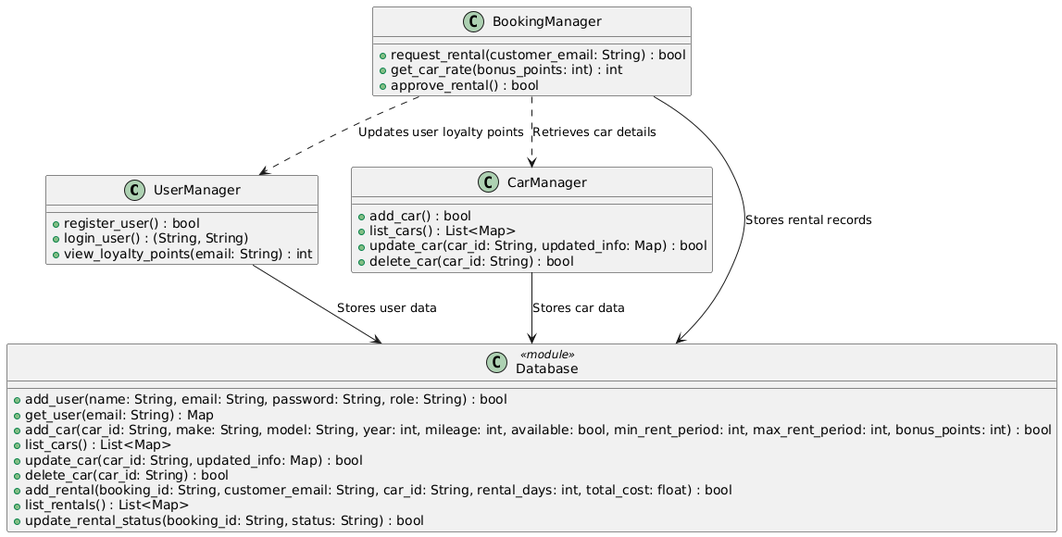
Biplab1992/MSE800 keeps this PlantUML diagram as Car_Rental_System/documents/Class Diagram.png. Above is the earlier version.
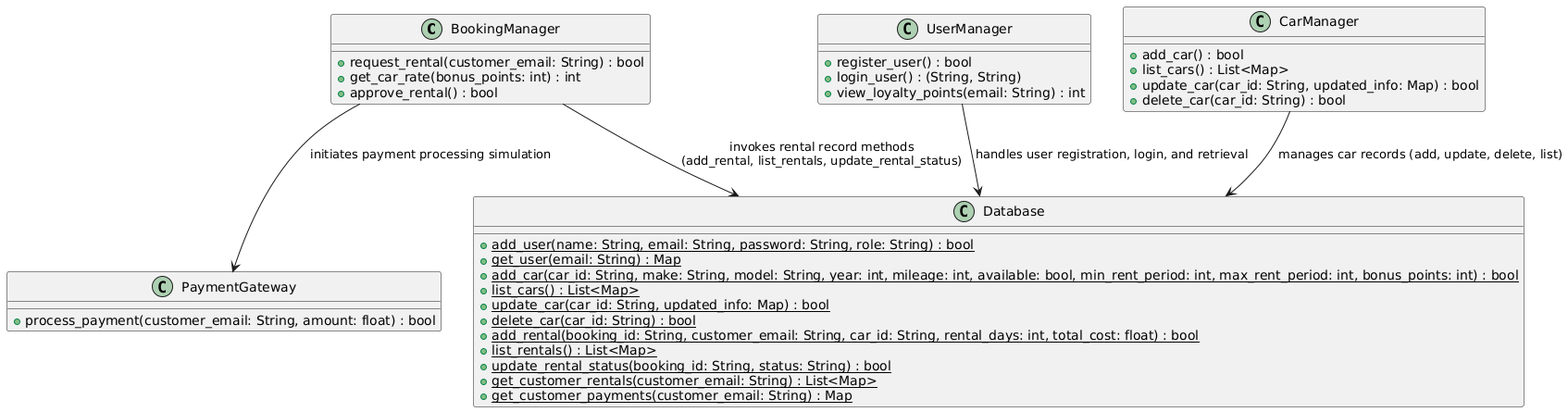
Later version of the same file.

What changed in the source:
```diff
@@ -1,45 +1,43 @@
 @startuml
-!define STEREOTYPE <<module>>
+class BookingManager {
+  + request_rental(customer_email: String) : bool
+  + get_car_rate(bonus_points: int) : int
+  + approve_rental() : bool
+}
 
 class UserManager {
-  +register_user() : bool
-  +login_user() : (String, String)
-  +view_loyalty_points(email: String) : int
+  + register_user() : bool
+  + login_user() : (String, String)
+  + view_loyalty_points(email: String) : int
 }
 
 class CarManager {
-  +add_car() : bool
-  +list_cars() : List<Map>
-  +update_car(car_id: String, updated_info: Map) : bool
-  +delete_car(car_id: String) : bool
+  + add_car() : bool
+  + list_cars() : List<Map>
+  + update_car(car_id: String, updated_info: Map) : bool
+  + delete_car(car_id: String) : bool
 }
 
-class BookingManager {
-  +request_rental(customer_email: String) : bool
-  +get_car_rate(bonus_points: int) : int
-  +approve_rental() : bool
+class PaymentGateway {
+  + process_payment(customer_email: String, amount: float) : bool
 }
 
-class Database <<module>> {
-  +add_user(name: String, email: String, password: String, role: String) : bool
-  +get_user(email: String) : Map
-  +add_car(car_id: String, make: String, model: String, year: int, mileage: int, available: bool, min_rent_period: int, max_rent_period: int, bonus_points: int) : bool
-  +list_cars() : List<Map>
-  +update_car(car_id: String, updated_info: Map) : bool
-  +delete_car(car_id: String) : bool
-  +add_rental(booking_id: String, customer_email: String, car_id: String, rental_days: int, total_cost: float) : bool
-  +list_rentals() : List<Map>
-  +update_rental_status(booking_id: String, status: String) : bool
+class Database {
+  {static} + add_user(name: String, email: String, password: String, role: String) : bool
+  {static} + get_user(email: String) : Map
+  {static} + add_car(car_id: String, make: String, model: String, year: int, mileage: int, available: bool, min_rent_period: int, max_rent_period: int, bonus_points: int) : bool
+  {static} + list_cars() : List<Map>
+  {static} + update_car(car_id: String, updated_info: Map) : bool
+  {static} + delete_car(car_id: String) : bool
+  {static} + add_rental(booking_id: String, customer_email: String, car_id: String, rental_days: int, total_cost: float) : bool
+  {static} + list_rentals() : List<Map>
+  {static} + update_rental_status(booking_id: String, status: String) : bool
+  {static} + get_customer_rentals(customer_email: String) : List<Map>
+  {static} + get_customer_payments(customer_email: String) : Map
 }
 
-
-UserManager --> Database : "Stores user data"
-
-CarManager --> Database : "Stores car data"
-
-BookingManager --> Database : "Stores rental records"
-
-BookingManager ..> CarManager : "Retrieves car details"
-
-BookingManager ..> UserManager : "Updates user loyalty points"
+BookingManager --> Database : "invokes rental record methods\n(add_rental, list_rentals, update_rental_status)"
+BookingManager --> PaymentGateway : "initiates payment processing simulation"
+UserManager --> Database : "handles user registration, login, and retrieval"
+CarManager --> Database : "manages car records (add, update, delete, list)"
 @enduml
```
